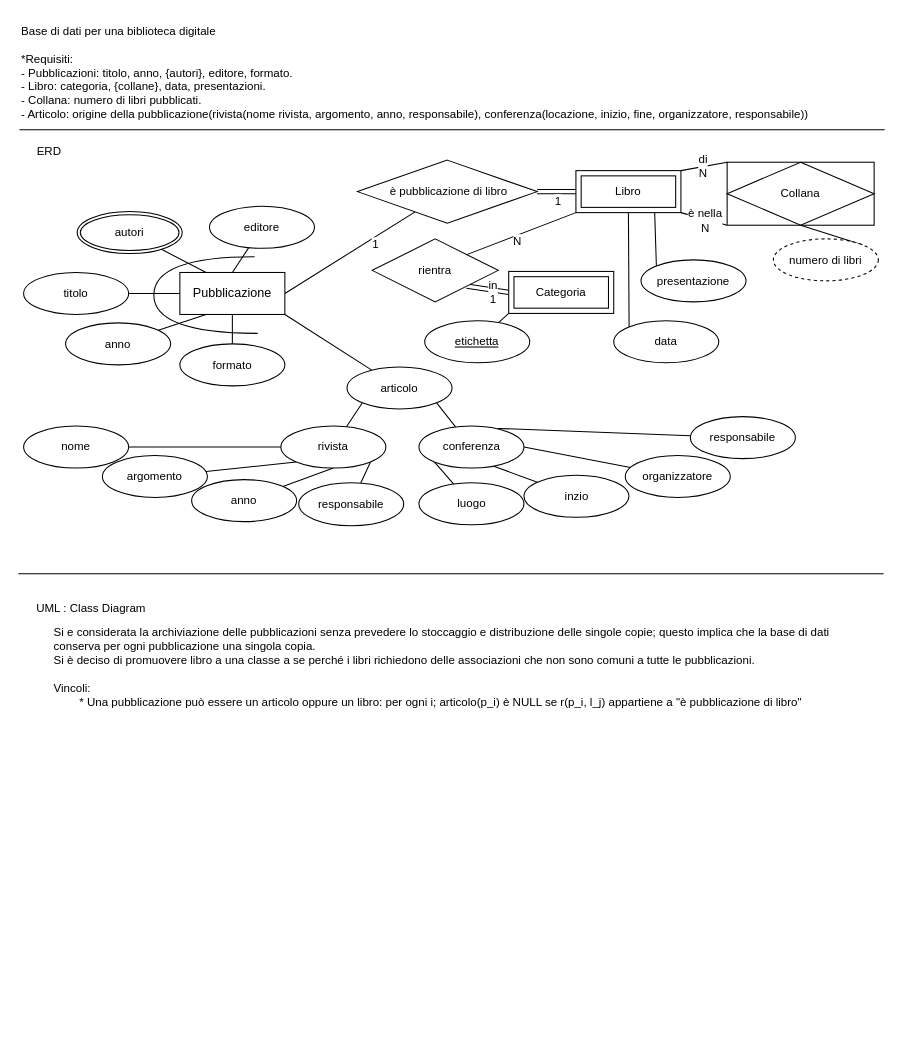
FiorentinoLuca/diagrams keeps this draw.io diagram as digital_library.drawio. Above is the earlier version. Source tidied: cells renumbered, new cells numbered last; positions are measured from the earlier drawing's top-left corner, leaving out a move shared by most shapes. Both pictures are drawn from the tidied source at 105%, with x=0, y=0 at pixel (18, 18).
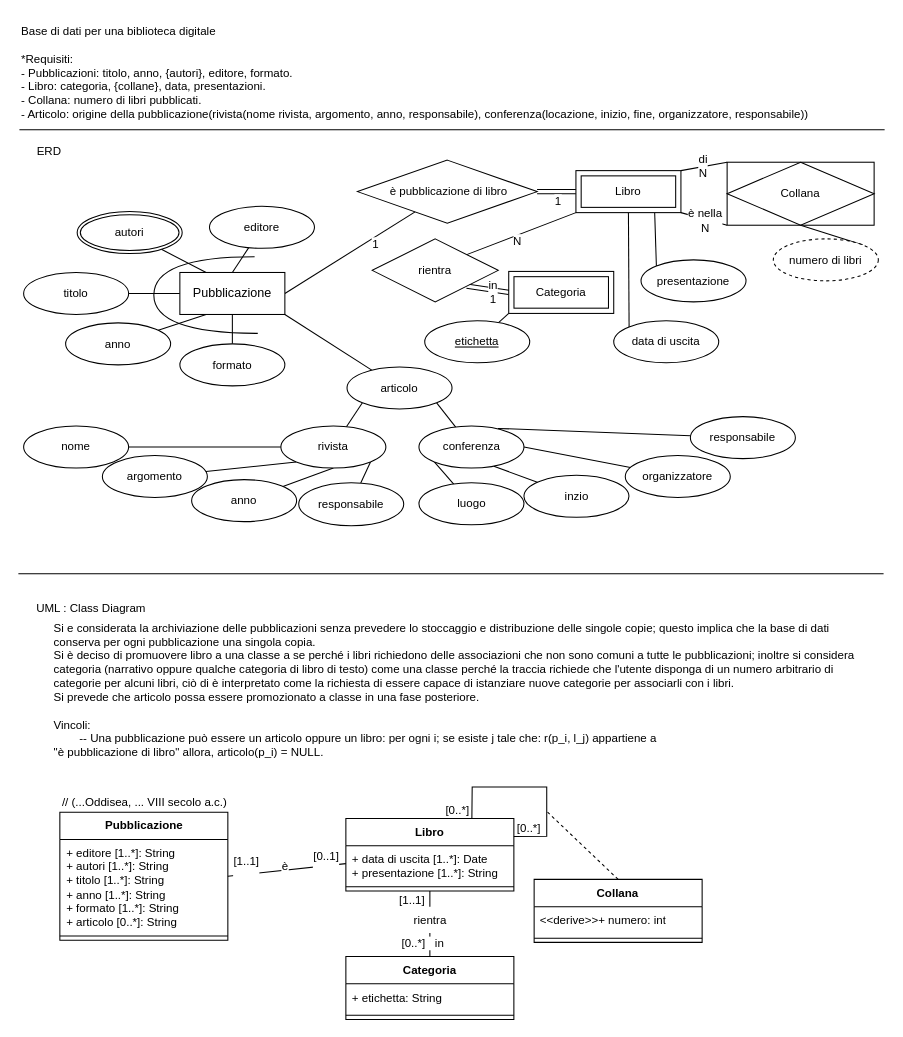
After the change.

Change to the diagram source:
```diff
@@
-    <mxCell id="63" value="data" style="ellipse;whiteSpace=wrap;html=1;align=center;fontFamily=Helvetica;fontSize=11;fontColor=default;labelBackgroundColor=default;" parent="1" vertex="1">
+    <mxCell id="63" value="data di uscita" style="ellipse;whiteSpace=wrap;html=1;align=center;fontFamily=Helvetica;fontSize=11;fontColor=default;labelBackgroundColor=default;" parent="1" vertex="1">
       <mxGeometry x="567" y="288" width="100" height="40" as="geometry" />
     </mxCell>
@@
-    <mxCell id="67" value="Si e considerata la archiviazione delle pubblicazioni senza prevedere lo stoccaggio e distribuzione delle singole copie; questo implica che la base di dati&amp;nbsp;&lt;div&gt;conserva per ogni pubblicazione una singola copia.&lt;div&gt;Si è deciso di promuovere libro a una classe a se perché i libri richiedono delle associazioni che non sono comuni a tutte le pubblicazioni.&lt;/div&gt;&lt;div&gt;&lt;br&gt;&lt;/div&gt;&lt;div&gt;Vincoli:&lt;br&gt;&lt;/div&gt;&lt;div&gt;&lt;span style=&quot;white-space: pre;&quot;&gt;&#9;&lt;/span&gt;* Una pubblicazione può essere un articolo oppure un libro: per ogni i; articolo(p_i) è NULL se r(p_i, l_j) appartiene a &quot;è pubblicazione di libro&quot;&lt;br&gt;&lt;/div&gt;&lt;div&gt;&lt;br&gt;&lt;/div&gt;&lt;div&gt;&lt;br&gt;&lt;/div&gt;&lt;div&gt;&lt;br&gt;&lt;/div&gt;&lt;div&gt;&lt;br&gt;&lt;/div&gt;&lt;div&gt;&lt;br&gt;&lt;/div&gt;&lt;div&gt;&lt;br&gt;&lt;/div&gt;&lt;div&gt;&lt;br&gt;&lt;/div&gt;&lt;/div&gt;" style="text;html=1;align=left;verticalAlign=middle;strokeColor=none;fillColor=none;fontFamily=Helvetica;fontSize=11;fontColor=default;labelBackgroundColor=default;" parent="1" vertex="1">
-      <mxGeometry x="32" y="572" width="760" height="184" as="geometry" />
+    <mxCell id="67" value="Si e considerata la archiviazione delle pubblicazioni senza prevedere lo stoccaggio e distribuzione delle singole copie; questo implica che la base di dati&amp;nbsp;&lt;div&gt;conserva per ogni pubblicazione una singola copia.&lt;div&gt;Si è deciso di promuovere libro a una classe a se perché i libri richiedono delle associazioni che non sono comuni a tutte le pubblicazioni; inoltre si considera&amp;nbsp;&lt;/div&gt;&lt;div&gt;categoria (narrativo oppure qualche categoria di libro di testo) come una classe perché la traccia richiede che l'utente disponga di un numero arbitrario di&amp;nbsp;&lt;/div&gt;&lt;div&gt;categorie per alcuni libri, ciò di è interpretato come la&amp;nbsp;&lt;span style=&quot;background-color: light-dark(#ffffff, var(--ge-dark-color, #121212)); color: light-dark(rgb(0, 0, 0), rgb(255, 255, 255));&quot;&gt;richiesta di essere capace di istanziare nuove categorie per associarli con i libri.&lt;/span&gt;&lt;/div&gt;&lt;div&gt;Si prevede che articolo&lt;span style=&quot;background-color: light-dark(#ffffff, var(--ge-dark-color, #121212)); color: light-dark(rgb(0, 0, 0), rgb(255, 255, 255));&quot;&gt;&amp;nbsp;possa essere promozionato a classe in una fase posteriore.&lt;/span&gt;&lt;/div&gt;&lt;div&gt;&lt;br&gt;&lt;/div&gt;&lt;div&gt;Vincoli:&lt;br&gt;&lt;/div&gt;&lt;div&gt;&lt;span style=&quot;white-space: pre;&quot;&gt;&#9;&lt;/span&gt;--&amp;nbsp;Una pubblicazione può essere un articolo oppure un libro: per ogni i; se esiste j tale che: r(p_i, l_j) appartiene a&lt;/div&gt;&lt;div&gt;&quot;è pubblicazione di libro&quot; allora, articolo(p_i) = NULL.&lt;/div&gt;&lt;div&gt;&lt;br&gt;&lt;/div&gt;&lt;div&gt;&lt;br&gt;&lt;/div&gt;&lt;div&gt;&lt;br&gt;&lt;/div&gt;&lt;div&gt;&lt;br&gt;&lt;/div&gt;&lt;div&gt;&lt;br&gt;&lt;/div&gt;&lt;/div&gt;" style="text;html=1;align=left;verticalAlign=middle;strokeColor=none;fillColor=none;fontFamily=Helvetica;fontSize=11;fontColor=default;labelBackgroundColor=default;" parent="1" vertex="1">
+      <mxGeometry x="32" y="568" width="784" height="210" as="geometry" />
     </mxCell>
+    <mxCell id="68" style="edgeStyle=none;shape=connector;rounded=0;jettySize=auto;html=1;exitX=1;exitY=0.5;exitDx=0;exitDy=0;strokeColor=default;align=center;verticalAlign=middle;fontFamily=Helvetica;fontSize=11;fontColor=default;labelBackgroundColor=default;startFill=0;endArrow=none;" parent="1" edge="1" source="71" target="77">
+      <mxGeometry relative="1" as="geometry" />
+    </mxCell>
+    <mxCell id="69" value="[1..1]&lt;div&gt;&lt;br&gt;&lt;/div&gt;" style="edgeLabel;html=1;align=center;verticalAlign=middle;fontFamily=Helvetica;fontSize=11;fontColor=default;labelBackgroundColor=default;" parent="68" vertex="1">
+      <mxGeometry x="-0.18" y="-1" relative="1" as="geometry">
+        <mxPoint x="-29" y="-4" as="offset" />
+      </mxGeometry>
+    </mxCell>
+    <mxCell id="70" value="[0..1]&lt;div&gt;&lt;br&gt;&lt;/div&gt;" style="edgeLabel;html=1;align=center;verticalAlign=middle;fontFamily=Helvetica;fontSize=11;fontColor=default;labelBackgroundColor=default;" parent="68" vertex="1">
+      <mxGeometry x="-0.18" y="-1" relative="1" as="geometry">
+        <mxPoint x="47" y="-9" as="offset" />
+      </mxGeometry>
+    </mxCell>
+    <mxCell id="71" value="Pubblicazione" style="swimlane;fontStyle=1;align=center;verticalAlign=top;horizontal=1;startSize=26;whiteSpace=wrap;html=1;fontFamily=Helvetica;fontSize=11;fontColor=default;labelBackgroundColor=default;" parent="1" vertex="1">
+      <mxGeometry x="39.5" y="756" width="160" height="122" as="geometry" />
+    </mxCell>
+    <mxCell id="72" value="+ editore [1..*]: String&lt;div&gt;+ autori [1..*]: String&lt;/div&gt;&lt;div&gt;+ titolo [1..*]: String&lt;/div&gt;&lt;div&gt;+ anno [1..*]: String&lt;/div&gt;&lt;div&gt;+ formato [1..*]: String&lt;/div&gt;&lt;div&gt;+ articolo [0..*]: String&lt;/div&gt;" style="text;strokeColor=none;fillColor=none;align=left;verticalAlign=top;spacingLeft=4;spacingRight=4;overflow=hidden;whiteSpace=wrap;html=1;fontFamily=Helvetica;fontSize=11;fontColor=default;labelBackgroundColor=default;" parent="71" vertex="1">
+      <mxGeometry y="26" width="160" height="88" as="geometry" />
+    </mxCell>
+    <mxCell id="73" style="line;strokeWidth=1;fillColor=none;align=left;verticalAlign=middle;spacingTop=-1;spacingLeft=3;spacingRight=3;labelPosition=right;strokeColor=inherit;fontFamily=Helvetica;fontSize=11;fontColor=default;labelBackgroundColor=default;" parent="71" vertex="1">
+      <mxGeometry y="114" width="160" height="8" as="geometry" />
+    </mxCell>
+    <mxCell id="74" value="// (...Oddisea, ... VIII secolo a.c.)" style="text;html=1;align=center;verticalAlign=middle;strokeColor=none;fillColor=none;fontFamily=Helvetica;fontSize=11;fontColor=default;labelBackgroundColor=default;" parent="1" vertex="1">
+      <mxGeometry x="32" y="734" width="175" height="25" as="geometry" />
+    </mxCell>
+    <mxCell id="75" style="edgeStyle=none;shape=connector;rounded=0;jettySize=auto;html=1;exitX=0.5;exitY=1;exitDx=0;exitDy=0;entryX=0.5;entryY=0;entryDx=0;entryDy=0;strokeColor=default;align=center;verticalAlign=middle;fontFamily=Helvetica;fontSize=11;fontColor=default;labelBackgroundColor=default;startFill=0;endArrow=none;" parent="1" edge="1" source="85" target="80">
+      <mxGeometry relative="1" as="geometry" />
+    </mxCell>
+    <mxCell id="76" value="[0..*]&amp;nbsp; &amp;nbsp;in" style="edgeLabel;html=1;align=center;verticalAlign=middle;fontFamily=Helvetica;fontSize=11;fontColor=default;labelBackgroundColor=default;" parent="75" vertex="1">
+      <mxGeometry x="0.35" y="-2" relative="1" as="geometry">
+        <mxPoint x="-5" y="-6" as="offset" />
+      </mxGeometry>
+    </mxCell>
+    <mxCell id="77" value="Libro" style="swimlane;fontStyle=1;align=center;verticalAlign=top;horizontal=1;startSize=26;whiteSpace=wrap;html=1;fontFamily=Helvetica;fontSize=11;fontColor=default;labelBackgroundColor=default;" parent="1" vertex="1">
+      <mxGeometry x="311.9" y="762" width="160" height="69" as="geometry" />
+    </mxCell>
+    <mxCell id="78" value="+ data di uscita [1..*]: Date&lt;div&gt;+ presentazione [1..*]: String&lt;/div&gt;" style="text;strokeColor=none;fillColor=none;align=left;verticalAlign=top;spacingLeft=4;spacingRight=4;overflow=hidden;whiteSpace=wrap;html=1;fontFamily=Helvetica;fontSize=11;fontColor=default;labelBackgroundColor=default;" parent="77" vertex="1">
+      <mxGeometry y="26" width="160" height="35" as="geometry" />
+    </mxCell>
+    <mxCell id="79" style="line;strokeWidth=1;fillColor=none;align=left;verticalAlign=middle;spacingTop=-1;spacingLeft=3;spacingRight=3;labelPosition=right;strokeColor=inherit;fontFamily=Helvetica;fontSize=11;fontColor=default;labelBackgroundColor=default;" parent="77" vertex="1">
+      <mxGeometry y="61" width="160" height="8" as="geometry" />
+    </mxCell>
+    <mxCell id="80" value="Categoria" style="swimlane;fontStyle=1;align=center;verticalAlign=top;horizontal=1;startSize=26;whiteSpace=wrap;html=1;fontFamily=Helvetica;fontSize=11;fontColor=default;labelBackgroundColor=default;" parent="1" vertex="1">
+      <mxGeometry x="311.9" y="893.5" width="160" height="60" as="geometry" />
+    </mxCell>
+    <mxCell id="81" value="+ etichetta: String" style="text;strokeColor=none;fillColor=none;align=left;verticalAlign=top;spacingLeft=4;spacingRight=4;overflow=hidden;whiteSpace=wrap;html=1;fontFamily=Helvetica;fontSize=11;fontColor=default;labelBackgroundColor=default;" parent="80" vertex="1">
+      <mxGeometry y="26" width="160" height="26" as="geometry" />
+    </mxCell>
+    <mxCell id="82" style="line;strokeWidth=1;fillColor=none;align=left;verticalAlign=middle;spacingTop=-1;spacingLeft=3;spacingRight=3;labelPosition=right;strokeColor=inherit;fontFamily=Helvetica;fontSize=11;fontColor=default;labelBackgroundColor=default;" parent="80" vertex="1">
+      <mxGeometry y="52" width="160" height="8" as="geometry" />
+    </mxCell>
+    <mxCell id="83" value="[1..1]&amp;nbsp; &amp;nbsp; &amp;nbsp; &amp;nbsp;&amp;nbsp;" style="text;html=1;align=center;verticalAlign=middle;strokeColor=none;fillColor=none;fontFamily=Helvetica;fontSize=11;fontColor=default;labelBackgroundColor=default;" parent="1" vertex="1">
+      <mxGeometry x="353.8" y="827" width="67" height="25" as="geometry" />
+    </mxCell>
+    <mxCell id="84" style="edgeStyle=none;shape=connector;rounded=0;jettySize=auto;html=1;exitX=0.5;exitY=1;exitDx=0;exitDy=0;entryX=0.5;entryY=0;entryDx=0;entryDy=0;strokeColor=default;align=center;verticalAlign=middle;fontFamily=Helvetica;fontSize=11;fontColor=default;labelBackgroundColor=default;startFill=0;endArrow=none;" parent="1" edge="1" source="77" target="85">
+      <mxGeometry relative="1" as="geometry" />
+    </mxCell>
+    <mxCell id="85" value="rientra" style="text;html=1;align=center;verticalAlign=middle;points=[];strokeColor=none;fillColor=none;fontFamily=Helvetica;fontSize=11;fontColor=default;labelBackgroundColor=default;" parent="1" vertex="1">
+      <mxGeometry x="367.4" y="846" width="49" height="25" as="geometry" />
+    </mxCell>
+    <mxCell id="86" value="è" style="text;html=1;align=center;verticalAlign=middle;strokeColor=none;fillColor=none;fontFamily=Helvetica;fontSize=11;fontColor=default;labelBackgroundColor=default;" parent="1" vertex="1">
+      <mxGeometry x="242.2" y="795" width="24" height="25" as="geometry" />
+    </mxCell>
+    <mxCell id="87" value="Collana" style="swimlane;fontStyle=1;align=center;verticalAlign=top;horizontal=1;startSize=26;whiteSpace=wrap;html=1;fontFamily=Helvetica;fontSize=11;fontColor=default;labelBackgroundColor=default;" parent="1" vertex="1">
+      <mxGeometry x="491.2" y="820" width="160" height="60" as="geometry" />
+    </mxCell>
+    <mxCell id="88" value="&amp;lt;&amp;lt;derive&amp;gt;&amp;gt;+ numero: int" style="text;strokeColor=none;fillColor=none;align=left;verticalAlign=top;spacingLeft=4;spacingRight=4;overflow=hidden;whiteSpace=wrap;html=1;fontFamily=Helvetica;fontSize=11;fontColor=default;labelBackgroundColor=default;" parent="87" vertex="1">
+      <mxGeometry y="26" width="160" height="26" as="geometry" />
+    </mxCell>
+    <mxCell id="89" style="line;strokeWidth=1;fillColor=none;align=left;verticalAlign=middle;spacingTop=-1;spacingLeft=3;spacingRight=3;labelPosition=right;strokeColor=inherit;fontFamily=Helvetica;fontSize=11;fontColor=default;labelBackgroundColor=default;" parent="87" vertex="1">
+      <mxGeometry y="52" width="160" height="8" as="geometry" />
+    </mxCell>
+    <mxCell id="90" style="group;" parent="1" vertex="1">
+      <mxGeometry x="432.2" y="732" width="71.8" height="47" as="geometry" />
+    </mxCell>
+    <mxCell id="91" style="edgeStyle=none;shape=connector;rounded=0;orthogonalLoop=1;jettySize=auto;html=1;exitX=1;exitY=0.25;exitDx=0;exitDy=0;strokeColor=default;align=center;verticalAlign=middle;fontFamily=Helvetica;fontSize=11;fontColor=default;labelBackgroundColor=default;startFill=0;endArrow=none;entryX=0.75;entryY=0;entryDx=0;entryDy=0;" parent="90" edge="1" source="77" target="77">
+      <mxGeometry relative="1" as="geometry">
+        <Array as="points">
+          <mxPoint x="71" y="47" />
+          <mxPoint x="71" />
+          <mxPoint />
+        </Array>
+      </mxGeometry>
+    </mxCell>
+    <mxCell id="92" value="[0..*]" style="edgeLabel;html=1;align=center;verticalAlign=middle;fontFamily=Helvetica;fontSize=11;fontColor=default;labelBackgroundColor=default;" parent="91" vertex="1">
+      <mxGeometry x="-0.88" y="-2" relative="1" as="geometry">
+        <mxPoint x="3" y="-11" as="offset" />
+      </mxGeometry>
+    </mxCell>
+    <mxCell id="93" value="[0..*]" style="edgeLabel;html=1;align=center;verticalAlign=middle;fontFamily=Helvetica;fontSize=11;fontColor=default;labelBackgroundColor=default;" parent="91" vertex="1">
+      <mxGeometry x="-0.88" y="-2" relative="1" as="geometry">
+        <mxPoint x="-65" y="-28" as="offset" />
+      </mxGeometry>
+    </mxCell>
+    <mxCell id="94" style="edgeStyle=none;shape=connector;rounded=0;jettySize=auto;html=1;exitX=0.5;exitY=0;exitDx=0;exitDy=0;strokeColor=default;align=center;verticalAlign=middle;fontFamily=Helvetica;fontSize=11;fontColor=default;labelBackgroundColor=default;startFill=0;endArrow=none;dashed=1;" parent="90" edge="1" source="87">
+      <mxGeometry relative="1" as="geometry">
+        <mxPoint x="71.8" y="24" as="targetPoint" />
+      </mxGeometry>
+    </mxCell>
```
